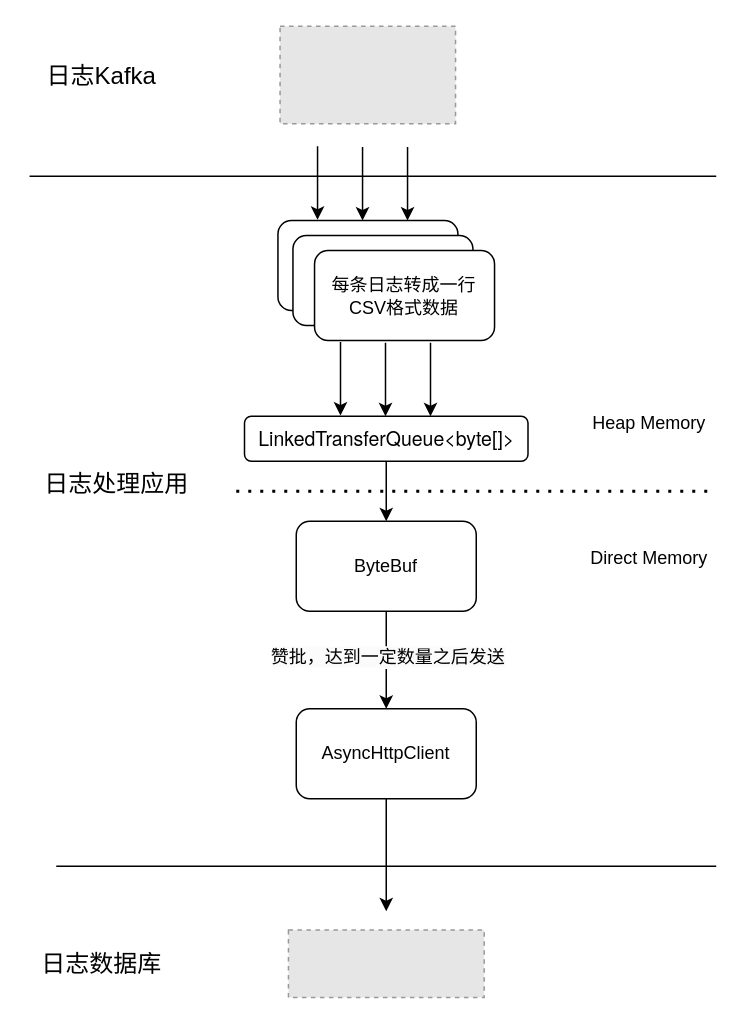
The draw.io diagram page "数据写入方案二" (2 of 3) of Doris接入分享.drawio in maxuewen/draw.io, before the edit. Source tidied: cells renumbered, new cells numbered last; positions are measured from the earlier drawing's top-left corner, leaving out a move shared by most shapes. Both pictures are drawn from the tidied source at 150%, with x=0, y=0 at pixel (26, 26). Pictures stored in the file or linked from it are replaced by grey dashed boxes.
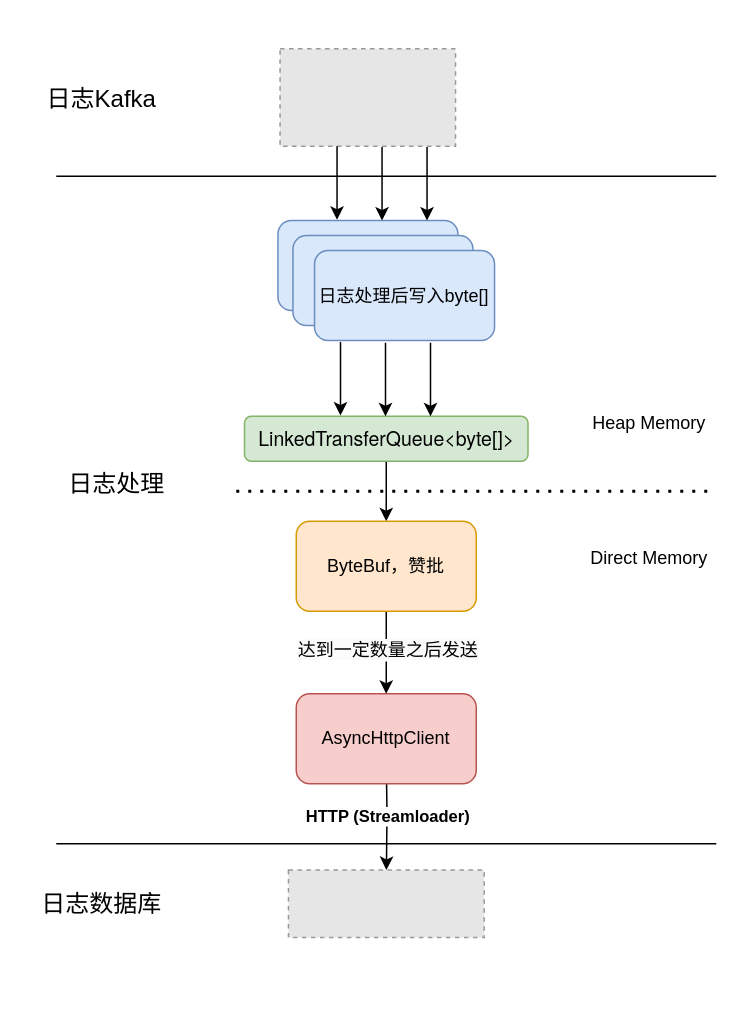
The same page after the edit.

Unchanged cells that the change refers to:
```xml
<mxCell id="10" style="edgeStyle=orthogonalEdgeStyle;rounded=0;jettySize=auto;html=1;" parent="1" edge="1" source="12" target="6">
  <mxGeometry relative="1" as="geometry" />
</mxCell>
```

Change to the diagram source:
```diff
@@
-    <mxCell id="3" value="&lt;span style=&quot;font-family: &amp;quot;Helvetica Neue&amp;quot;; font-size: 13px;&quot;&gt;LinkedTransferQueue&amp;lt;byte[]&amp;gt;&lt;/span&gt;" style="rounded=1;whiteSpace=wrap;html=1;" parent="1" vertex="1">
+    <mxCell id="3" value="&lt;span style=&quot;font-family: &amp;quot;Helvetica Neue&amp;quot;; font-size: 13px;&quot;&gt;LinkedTransferQueue&amp;lt;byte[]&amp;gt;&lt;/span&gt;" style="rounded=1;whiteSpace=wrap;html=1;fillColor=#d5e8d4;strokeColor=#82b366;" parent="1" vertex="1">
       <mxGeometry x="145.5" y="260" width="189" height="30" as="geometry" />
     </mxCell>
     <mxCell id="4" style="endArrow=none;html=1;rounded=0;" parent="1" edge="1">
       <mxGeometry relative="1" as="geometry">
-        <mxPoint x="20" y="560" as="sourcePoint" />
-        <mxPoint x="460" y="560" as="targetPoint" />
+        <mxPoint x="20" y="545" as="sourcePoint" />
+        <mxPoint x="460" y="545" as="targetPoint" />
       </mxGeometry>
     </mxCell>
-    <mxCell id="5" style="edgeStyle=orthogonalEdgeStyle;rounded=0;jettySize=auto;html=1;" parent="1" edge="1" source="6">
-      <mxGeometry relative="1" as="geometry">
-        <mxPoint x="240" y="590" as="targetPoint" />
-      </mxGeometry>
-    </mxCell>
+    <mxCell id="28" value="&lt;b&gt;HTTP (Streaml&lt;span style=&quot;color: light-dark(rgb(0, 0, 0), rgb(255, 255, 255)); background-color: light-dark(#ffffff, var(--ge-dark-color, #121212));&quot;&gt;oader)&lt;/span&gt;&lt;/b&gt;" style="edgeStyle=orthogonalEdgeStyle;rounded=0;jettySize=auto;html=1;" parent="1" edge="1" target="21">
+      <mxGeometry x="0.06" y="1" relative="1" as="geometry">
+        <mxPoint x="240" y="487" as="sourcePoint" />
+      </mxGeometry>
+    </mxCell>
-    <mxCell id="6" value="AsyncHttpClient" style="rounded=1;whiteSpace=wrap;html=1;" parent="1" vertex="1">
-      <mxGeometry x="180" y="455" width="120" height="60" as="geometry" />
+    <mxCell id="6" value="AsyncHttpClient" style="rounded=1;whiteSpace=wrap;html=1;fillColor=#f8cecc;strokeColor=#b85450;" parent="1" vertex="1">
+      <mxGeometry x="180" y="445" width="120" height="60" as="geometry" />
     </mxCell>
-    <mxCell id="7" style="rounded=1;whiteSpace=wrap;html=1;" parent="1" vertex="1">
+    <mxCell id="7" style="rounded=1;whiteSpace=wrap;html=1;fillColor=#dae8fc;strokeColor=#6c8ebf;" parent="1" vertex="1">
       <mxGeometry x="167.8" y="129.5" width="120" height="60" as="geometry" />
     </mxCell>
-    <mxCell id="8" style="rounded=1;whiteSpace=wrap;html=1;" parent="1" vertex="1">
+    <mxCell id="8" style="rounded=1;whiteSpace=wrap;html=1;fillColor=#dae8fc;strokeColor=#6c8ebf;" parent="1" vertex="1">
       <mxGeometry x="177.8" y="139.5" width="120" height="60" as="geometry" />
     </mxCell>
-    <mxCell id="9" value="每条日志转成一行CSV格式数据" style="rounded=1;whiteSpace=wrap;html=1;" parent="1" vertex="1">
+    <mxCell id="9" value="日志处理后写入byte[]" style="rounded=1;whiteSpace=wrap;html=1;fillColor=#dae8fc;strokeColor=#6c8ebf;" parent="1" vertex="1">
       <mxGeometry x="192.2" y="149.5" width="120" height="60" as="geometry" />
     </mxCell>
@@
-    <mxCell id="11" value="&lt;span style=&quot;font-size: 12px; background-color: rgb(251, 251, 251);&quot;&gt;赞批，达到一定数量之后发送&lt;/span&gt;" style="edgeLabel;html=1;align=center;verticalAlign=middle;" parent="10" vertex="1">
+    <mxCell id="11" value="&lt;span style=&quot;font-size: 12px; background-color: rgb(251, 251, 251);&quot;&gt;达到一定数量之后发送&lt;/span&gt;" style="edgeLabel;html=1;align=center;verticalAlign=middle;" parent="10" vertex="1">
       <mxGeometry x="-0.08" y="1" relative="1" as="geometry">
         <mxPoint x="-1" as="offset" />
       </mxGeometry>
     </mxCell>
-    <mxCell id="12" value="ByteBuf" style="rounded=1;whiteSpace=wrap;html=1;" parent="1" vertex="1">
+    <mxCell id="12" value="ByteBuf，&lt;span style=&quot;text-wrap-mode: nowrap;&quot;&gt;赞批&lt;/span&gt;" style="rounded=1;whiteSpace=wrap;html=1;fillColor=#ffe6cc;strokeColor=#d79b00;" parent="1" vertex="1">
       <mxGeometry x="180" y="330" width="120" height="60" as="geometry" />
     </mxCell>
     <mxCell id="13" style="endArrow=none;html=1;rounded=0;" parent="1" edge="1">
       <mxGeometry relative="1" as="geometry">
-        <mxPoint x="2.2" y="100" as="sourcePoint" />
+        <mxPoint x="20" y="100" as="sourcePoint" />
         <mxPoint x="460" y="100" as="targetPoint" />
       </mxGeometry>
     </mxCell>
@@
     <mxCell id="15" style="fillColor=#E6E6E6;strokeColor=#999999;dashed=1;verticalLabelPosition=bottom;labelBackgroundColor=default;verticalAlign=top;" parent="1" vertex="1">
-      <mxGeometry x="169.2" width="117" height="65" as="geometry" />
+      <mxGeometry x="169.2" y="15" width="117" height="65" as="geometry" />
     </mxCell>
     <mxCell id="16" value="&lt;font style=&quot;font-size: 16px;&quot;&gt;日志Kafka&lt;/font&gt;" style="text;html=1;align=center;verticalAlign=middle;strokeColor=none;fillColor=none;" parent="1" vertex="1">
-      <mxGeometry y="17.5" width="100" height="30" as="geometry" />
+      <mxGeometry y="32.5" width="100" height="30" as="geometry" />
     </mxCell>
-    <mxCell id="17" value="&lt;font style=&quot;font-size: 16px;&quot;&gt;日志处理应用&lt;/font&gt;" style="text;html=1;align=center;verticalAlign=middle;strokeColor=none;fillColor=none;" parent="1" vertex="1">
-      <mxGeometry y="290" width="120" height="30" as="geometry" />
+    <mxCell id="17" value="&lt;font style=&quot;font-size: 16px;&quot;&gt;日志处理&lt;/font&gt;" style="text;html=1;align=center;verticalAlign=middle;strokeColor=none;fillColor=none;" parent="1" vertex="1">
+      <mxGeometry x="15" y="290" width="90" height="30" as="geometry" />
     </mxCell>
     <mxCell id="18" value="&lt;span style=&quot;font-size: 16px;&quot;&gt;日志数据库&lt;/span&gt;" style="text;html=1;align=center;verticalAlign=middle;strokeColor=none;fillColor=none;" parent="1" vertex="1">
-      <mxGeometry y="610" width="100" height="30" as="geometry" />
+      <mxGeometry y="570" width="100" height="30" as="geometry" />
     </mxCell>
@@
     <mxCell id="21" style="fillColor=#E6E6E6;strokeColor=#999999;dashed=1;verticalLabelPosition=bottom;labelBackgroundColor=default;verticalAlign=top;" parent="1" vertex="1">
-      <mxGeometry x="174.8" y="602.5" width="130.5" height="45" as="geometry" />
+      <mxGeometry x="174.8" y="562.5" width="130.5" height="45" as="geometry" />
     </mxCell>
     <mxCell id="22" style="endArrow=classic;html=1;rounded=0;entryX=0.135;entryY=0.05;entryDx=0;entryDy=0;entryPerimeter=0;" parent="1" edge="1">
       <mxGeometry relative="1" as="geometry">
-        <mxPoint x="194.2" y="80" as="sourcePoint" />
-        <mxPoint x="194.2" y="129" as="targetPoint" />
+        <mxPoint x="207.2" y="80" as="sourcePoint" />
+        <mxPoint x="207.2" y="129" as="targetPoint" />
       </mxGeometry>
     </mxCell>
     <mxCell id="23" style="endArrow=classic;html=1;rounded=0;entryX=0.135;entryY=0.05;entryDx=0;entryDy=0;entryPerimeter=0;" parent="1" edge="1">
       <mxGeometry relative="1" as="geometry">
-        <mxPoint x="224.2" y="80.5" as="sourcePoint" />
-        <mxPoint x="224.2" y="129.5" as="targetPoint" />
+        <mxPoint x="237.2" y="80.5" as="sourcePoint" />
+        <mxPoint x="237.2" y="129.5" as="targetPoint" />
       </mxGeometry>
     </mxCell>
     <mxCell id="24" style="endArrow=classic;html=1;rounded=0;entryX=0.135;entryY=0.05;entryDx=0;entryDy=0;entryPerimeter=0;" parent="1" edge="1">
       <mxGeometry relative="1" as="geometry">
-        <mxPoint x="254.2" y="80.5" as="sourcePoint" />
-        <mxPoint x="254.2" y="129.5" as="targetPoint" />
+        <mxPoint x="267.2" y="80.5" as="sourcePoint" />
+        <mxPoint x="267.2" y="129.5" as="targetPoint" />
       </mxGeometry>
     </mxCell>
```
